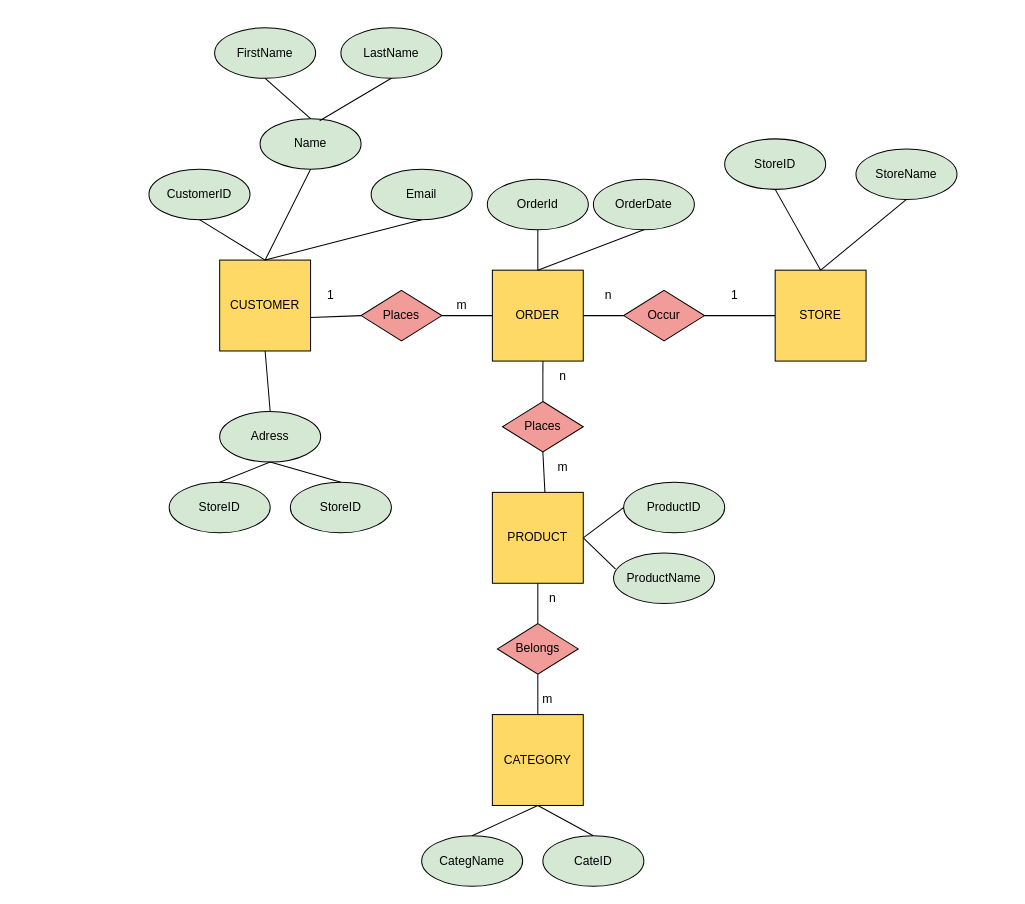
The draw.io diagram page "ER" (1 of 4) of Modelado DW.drawio in DataToffer/Data_Vault, before the edit. Source tidied: cells renumbered, new cells numbered last; positions are measured from the earlier drawing's top-left corner, leaving out a move shared by most shapes. Both pictures are drawn from the tidied source at 101%, with x=0, y=0 at pixel (148, 27).
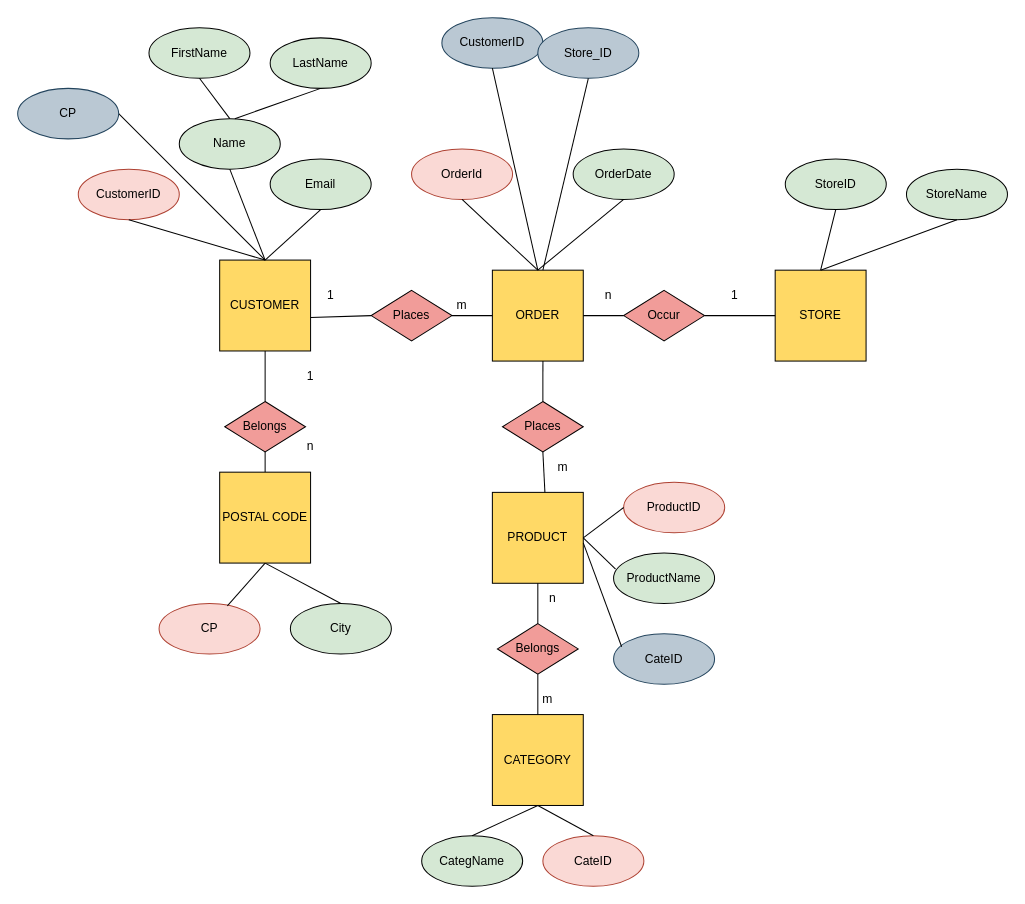
Above is the later version.

Unchanged cells that the change refers to:
```xml
<mxCell id="2" value="CUSTOMER" style="whiteSpace=wrap;html=1;fillColor=#FFD966;" parent="1" vertex="1">
  <mxGeometry x="70" y="230" width="90" height="90" as="geometry" />
</mxCell>
<mxCell id="4" value="ORDER" style="whiteSpace=wrap;html=1;fillColor=#FFD966;" parent="1" vertex="1">
  <mxGeometry x="340" y="240" width="90" height="90" as="geometry" />
</mxCell>
```

The edit, as a diff of the source:
```diff
@@
     <mxCell id="7" value="Places" style="rhombus;whiteSpace=wrap;html=1;fillColor=#F19C99;" parent="1" vertex="1">
-      <mxGeometry x="210" y="260" width="80" height="50" as="geometry" />
+      <mxGeometry x="220" y="260" width="80" height="50" as="geometry" />
     </mxCell>
@@
-    <mxCell id="20" value="n" style="text;strokeColor=none;align=center;fillColor=none;html=1;verticalAlign=middle;whiteSpace=wrap;rounded=0;" parent="1" vertex="1">
-      <mxGeometry x="380" y="330" width="60" height="30" as="geometry" />
+    <mxCell id="20" value="1" style="text;strokeColor=none;align=center;fillColor=none;html=1;verticalAlign=middle;whiteSpace=wrap;rounded=0;" parent="1" vertex="1">
+      <mxGeometry x="130" y="330" width="60" height="30" as="geometry" />
     </mxCell>
@@
     <mxCell id="27" value="Email" style="ellipse;whiteSpace=wrap;html=1;fillColor=#D5E8D4;" parent="1" vertex="1">
-      <mxGeometry x="220" y="140" width="100" height="50" as="geometry" />
+      <mxGeometry x="120" y="130" width="100" height="50" as="geometry" />
     </mxCell>
     <mxCell id="28" value="Name" style="ellipse;whiteSpace=wrap;html=1;fillColor=#D5E8D4;" parent="1" vertex="1">
-      <mxGeometry x="110" y="90" width="100" height="50" as="geometry" />
+      <mxGeometry x="30" y="90" width="100" height="50" as="geometry" />
     </mxCell>
-    <mxCell id="29" value="CustomerID" style="ellipse;whiteSpace=wrap;html=1;fillColor=#D5E8D4;" parent="1" vertex="1">
-      <mxGeometry y="140" width="100" height="50" as="geometry" />
+    <mxCell id="29" value="CustomerID" style="ellipse;whiteSpace=wrap;html=1;fillColor=#fad9d5;strokeColor=#ae4132;" parent="1" vertex="1">
+      <mxGeometry x="-70" y="140" width="100" height="50" as="geometry" />
     </mxCell>
     <mxCell id="30" value="StoreID" style="ellipse;whiteSpace=wrap;html=1;fillColor=#D5E8D4;" parent="1" vertex="1">
-      <mxGeometry x="570" y="110" width="100" height="50" as="geometry" />
+      <mxGeometry x="630" y="130" width="100" height="50" as="geometry" />
     </mxCell>
     <mxCell id="31" value="StoreName" style="ellipse;whiteSpace=wrap;html=1;fillColor=#D5E8D4;" parent="1" vertex="1">
-      <mxGeometry x="700" y="120" width="100" height="50" as="geometry" />
+      <mxGeometry x="750" y="140" width="100" height="50" as="geometry" />
     </mxCell>
-    <mxCell id="32" value="ProductID" style="ellipse;whiteSpace=wrap;html=1;fillColor=#D5E8D4;" parent="1" vertex="1">
+    <mxCell id="32" value="ProductID" style="ellipse;whiteSpace=wrap;html=1;fillColor=#fad9d5;strokeColor=#ae4132;" parent="1" vertex="1">
       <mxGeometry x="470" y="450" width="100" height="50" as="geometry" />
     </mxCell>
@@
-    <mxCell id="34" value="CateID" style="ellipse;whiteSpace=wrap;html=1;fillColor=#D5E8D4;" parent="1" vertex="1">
+    <mxCell id="34" value="CateID" style="ellipse;whiteSpace=wrap;html=1;fillColor=#fad9d5;strokeColor=#ae4132;" parent="1" vertex="1">
       <mxGeometry x="390" y="800" width="100" height="50" as="geometry" />
     </mxCell>
@@
     <mxCell id="36" value="FirstName" style="ellipse;whiteSpace=wrap;html=1;fillColor=#D5E8D4;" parent="1" vertex="1">
-      <mxGeometry x="65" width="100" height="50" as="geometry" />
+      <mxGeometry width="100" height="50" as="geometry" />
     </mxCell>
     <mxCell id="37" value="LastName" style="ellipse;whiteSpace=wrap;html=1;fillColor=#D5E8D4;" parent="1" vertex="1">
-      <mxGeometry x="190" width="100" height="50" as="geometry" />
+      <mxGeometry x="120" y="10" width="100" height="50" as="geometry" />
     </mxCell>
-    <mxCell id="38" value="Adress" style="ellipse;whiteSpace=wrap;html=1;fillColor=#D5E8D4;" parent="1" vertex="1">
-      <mxGeometry x="70" y="380" width="100" height="50" as="geometry" />
+    <mxCell id="38" value="City" style="ellipse;whiteSpace=wrap;html=1;fillColor=#D5E8D4;" parent="1" vertex="1">
+      <mxGeometry x="140" y="570" width="100" height="50" as="geometry" />
     </mxCell>
-    <mxCell id="39" value="StoreID" style="ellipse;whiteSpace=wrap;html=1;fillColor=#D5E8D4;" parent="1" vertex="1">
-      <mxGeometry x="20" y="450" width="100" height="50" as="geometry" />
+    <mxCell id="39" value="CP" style="ellipse;whiteSpace=wrap;html=1;fillColor=#fad9d5;strokeColor=#ae4132;" parent="1" vertex="1">
+      <mxGeometry x="10" y="570" width="100" height="50" as="geometry" />
     </mxCell>
-    <mxCell id="40" value="StoreID" style="ellipse;whiteSpace=wrap;html=1;fillColor=#D5E8D4;" parent="1" vertex="1">
-      <mxGeometry x="140" y="450" width="100" height="50" as="geometry" />
-    </mxCell>
@@
-    <mxCell id="45" style="endArrow=none;html=1;rounded=0;exitX=0.59;exitY=0.04;exitDx=0;exitDy=0;entryX=0.5;entryY=1;entryDx=0;entryDy=0;exitPerimeter=0;" parent="1" edge="1" source="28" target="37">
+    <mxCell id="45" style="endArrow=none;html=1;rounded=0;exitX=0.55;exitY=0;exitDx=0;exitDy=0;entryX=0.5;entryY=1;entryDx=0;entryDy=0;exitPerimeter=0;" parent="1" edge="1" source="28" target="37">
       <mxGeometry relative="1" as="geometry" />
     </mxCell>
-    <mxCell id="46" style="endArrow=none;html=1;rounded=0;exitX=0.5;exitY=1;exitDx=0;exitDy=0;entryX=0.5;entryY=0;entryDx=0;entryDy=0;" parent="1" edge="1" source="2" target="38">
+    <mxCell id="46" style="endArrow=none;html=1;rounded=0;exitX=0.5;exitY=1;exitDx=0;exitDy=0;entryX=0.5;entryY=0;entryDx=0;entryDy=0;" parent="1" edge="1" source="60" target="38">
       <mxGeometry relative="1" as="geometry" />
     </mxCell>
-    <mxCell id="47" style="endArrow=none;html=1;rounded=0;exitX=0.5;exitY=1;exitDx=0;exitDy=0;entryX=0.5;entryY=0;entryDx=0;entryDy=0;" parent="1" edge="1" source="38" target="40">
-      <mxGeometry relative="1" as="geometry" />
-    </mxCell>
-    <mxCell id="48" style="endArrow=none;html=1;rounded=0;exitX=0.5;exitY=1;exitDx=0;exitDy=0;entryX=0.5;entryY=0;entryDx=0;entryDy=0;" parent="1" edge="1" source="38" target="39">
+    <mxCell id="48" style="endArrow=none;html=1;rounded=0;exitX=0.5;exitY=1;exitDx=0;exitDy=0;entryX=0.676;entryY=0.048;entryDx=0;entryDy=0;entryPerimeter=0;" parent="1" edge="1" source="60" target="39">
       <mxGeometry relative="1" as="geometry" />
     </mxCell>
@@
-    <mxCell id="55" value="OrderId" style="ellipse;whiteSpace=wrap;html=1;fillColor=#D5E8D4;" parent="1" vertex="1">
-      <mxGeometry x="335" y="150" width="100" height="50" as="geometry" />
+    <mxCell id="55" value="OrderId" style="ellipse;whiteSpace=wrap;html=1;fillColor=#fad9d5;strokeColor=#ae4132;" parent="1" vertex="1">
+      <mxGeometry x="260" y="120" width="100" height="50" as="geometry" />
     </mxCell>
     <mxCell id="56" value="OrderDate" style="ellipse;whiteSpace=wrap;html=1;fillColor=#D5E8D4;" parent="1" vertex="1">
-      <mxGeometry x="440" y="150" width="100" height="50" as="geometry" />
+      <mxGeometry x="420" y="120" width="100" height="50" as="geometry" />
     </mxCell>
@@
+    <mxCell id="59" style="endArrow=none;html=1;rounded=0;exitX=0.5;exitY=1;exitDx=0;exitDy=0;entryX=0.5;entryY=0;entryDx=0;entryDy=0;" parent="1" edge="1" source="63" target="60">
+      <mxGeometry relative="1" as="geometry" />
+    </mxCell>
+    <mxCell id="60" value="POSTAL CODE" style="whiteSpace=wrap;html=1;fillColor=#FFD966;" parent="1" vertex="1">
+      <mxGeometry x="70" y="440" width="90" height="90" as="geometry" />
+    </mxCell>
+    <mxCell id="61" style="endArrow=none;html=1;rounded=0;exitX=0.5;exitY=1;exitDx=0;exitDy=0;entryX=0.5;entryY=0;entryDx=0;entryDy=0;" parent="1" edge="1" source="2" target="63">
+      <mxGeometry relative="1" as="geometry" />
+    </mxCell>
+    <mxCell id="62" style="endArrow=none;html=1;rounded=0;exitX=0.5;exitY=0;exitDx=0;exitDy=0;entryX=1;entryY=0.5;entryDx=0;entryDy=0;" parent="1" edge="1" source="2" target="64">
+      <mxGeometry relative="1" as="geometry" />
+    </mxCell>
+    <mxCell id="63" value="Belongs" style="rhombus;whiteSpace=wrap;html=1;fillColor=#F19C99;" parent="1" vertex="1">
+      <mxGeometry x="75" y="370" width="80" height="50" as="geometry" />
+    </mxCell>
+    <mxCell id="64" value="CP" style="ellipse;whiteSpace=wrap;html=1;fillColor=#bac8d3;strokeColor=#23445d;" parent="1" vertex="1">
+      <mxGeometry x="-130" y="60" width="100" height="50" as="geometry" />
+    </mxCell>
+    <mxCell id="65" value="CustomerID" style="ellipse;whiteSpace=wrap;html=1;fillColor=#bac8d3;strokeColor=#23445d;" parent="1" vertex="1">
+      <mxGeometry x="290" y="-10" width="100" height="50" as="geometry" />
+    </mxCell>
+    <mxCell id="66" style="endArrow=none;html=1;rounded=0;entryX=0.5;entryY=0;entryDx=0;entryDy=0;exitX=0.5;exitY=1;exitDx=0;exitDy=0;" parent="1" edge="1" source="65" target="4">
+      <mxGeometry relative="1" as="geometry" />
+    </mxCell>
+    <mxCell id="67" value="Store_ID" style="ellipse;whiteSpace=wrap;html=1;fillColor=#bac8d3;strokeColor=#23445d;" parent="1" vertex="1">
+      <mxGeometry x="385" width="100" height="50" as="geometry" />
+    </mxCell>
+    <mxCell id="68" style="endArrow=none;html=1;rounded=0;exitX=0.5;exitY=1;exitDx=0;exitDy=0;" parent="1" edge="1" source="67">
+      <mxGeometry relative="1" as="geometry">
+        <mxPoint x="390" y="240" as="targetPoint" />
+      </mxGeometry>
+    </mxCell>
+    <mxCell id="69" value="CateID" style="ellipse;whiteSpace=wrap;html=1;fillColor=#bac8d3;strokeColor=#23445d;" parent="1" vertex="1">
+      <mxGeometry x="460" y="600" width="100" height="50" as="geometry" />
+    </mxCell>
+    <mxCell id="70" style="endArrow=none;html=1;rounded=0;exitX=0.08;exitY=0.256;exitDx=0;exitDy=0;exitPerimeter=0;" parent="1" edge="1" source="69">
+      <mxGeometry relative="1" as="geometry">
+        <mxPoint x="430" y="510" as="targetPoint" />
+      </mxGeometry>
+    </mxCell>
+    <mxCell id="71" value="n" style="text;strokeColor=none;align=center;fillColor=none;html=1;verticalAlign=middle;whiteSpace=wrap;rounded=0;" parent="1" vertex="1">
+      <mxGeometry x="130" y="400" width="60" height="30" as="geometry" />
+    </mxCell>
```
